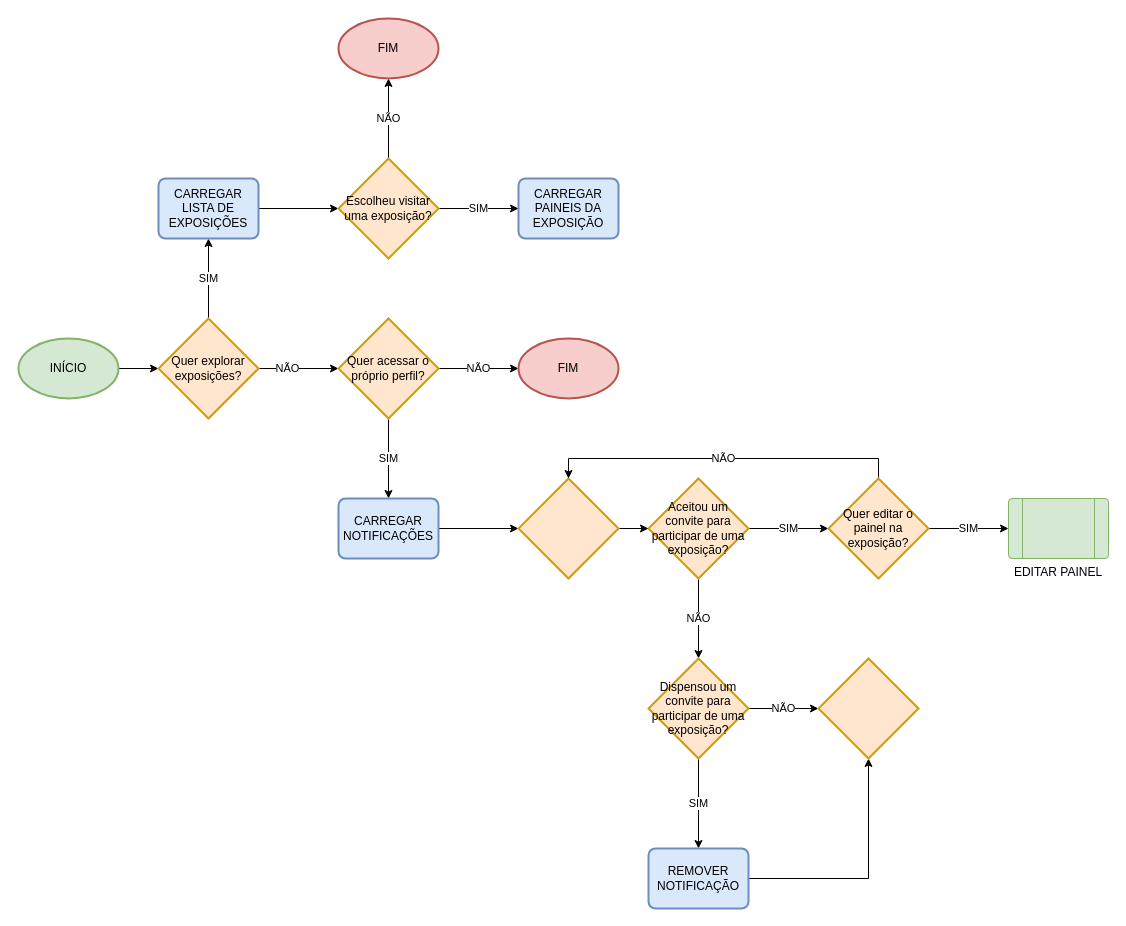
The draw.io diagram page "Fluxogramas" (4 of 6) of UnderExpo.drawio in GustavoDeOliveira/underexpo, before the edit. Source tidied: cells renumbered, new cells numbered last; positions are measured from the earlier drawing's top-left corner, leaving out a move shared by most shapes. Both pictures are drawn from the tidied source at 100%, with x=0, y=0 at pixel (18, 18).
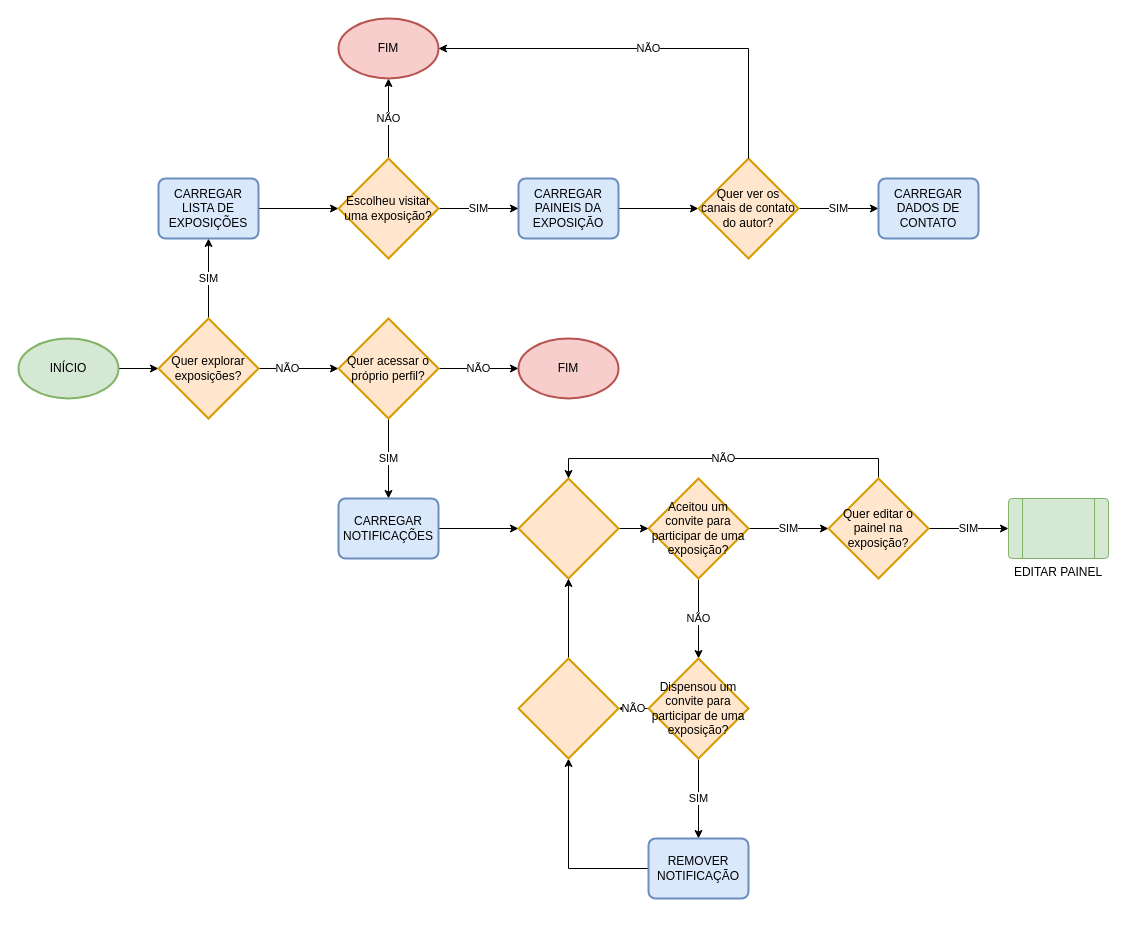
The same diagram, later.

Commit message:
Atualizando Fluxograma UnderExpo.drawio

Unchanged cells that the change refers to:
```xml
<mxCell id="10" value="CARREGAR PAINEIS DA EXPOSIÇÃO" style="rounded=1;whiteSpace=wrap;html=1;absoluteArcSize=1;arcSize=14;strokeWidth=2;fillColor=#dae8fc;strokeColor=#6c8ebf;" parent="1" vertex="1">
  <mxGeometry x="500" y="160" width="100" height="60" as="geometry" />
</mxCell>
<mxCell id="20" value="FIM" style="strokeWidth=2;html=1;shape=mxgraph.flowchart.start_1;whiteSpace=wrap;fillColor=#f8cecc;strokeColor=#b85450;" parent="1" vertex="1">
  <mxGeometry x="320" width="100" height="60" as="geometry" />
</mxCell>
<mxCell id="26" value="Dispensou um convite para participar de uma exposição?" style="strokeWidth=2;html=1;shape=mxgraph.flowchart.decision;whiteSpace=wrap;fillColor=#ffe6cc;strokeColor=#d79b00;" parent="1" vertex="1">
  <mxGeometry x="630" y="640" width="100" height="100" as="geometry" />
</mxCell>
<mxCell id="30" style="strokeWidth=2;html=1;shape=mxgraph.flowchart.decision;whiteSpace=wrap;fillColor=#ffe6cc;strokeColor=#d79b00;" parent="1" vertex="1">
  <mxGeometry x="500" y="460" width="100" height="100" as="geometry" />
</mxCell>
```

What changed in the source:
```diff
@@
+    <mxCell id="36" style="edgeStyle=orthogonalEdgeStyle;rounded=0;jettySize=auto;html=1;exitX=1;exitY=0.5;exitDx=0;exitDy=0;" parent="1" edge="1" source="10" target="39">
+      <mxGeometry relative="1" as="geometry" />
+    </mxCell>
@@
-    <mxCell id="25" value="NÃO" style="edgeStyle=orthogonalEdgeStyle;rounded=0;jettySize=auto;html=1;exitX=1;exitY=0.5;exitDx=0;exitDy=0;exitPerimeter=0;" parent="1" edge="1" source="26">
-      <mxGeometry relative="1" as="geometry">
-        <mxPoint x="800" y="690" as="targetPoint" />
-      </mxGeometry>
+    <mxCell id="25" value="NÃO" style="edgeStyle=orthogonalEdgeStyle;rounded=0;jettySize=auto;html=1;" parent="1" edge="1" source="26" target="34">
+      <mxGeometry x="-0.01" relative="1" as="geometry" />
     </mxCell>
@@
-    <mxCell id="27" style="edgeStyle=orthogonalEdgeStyle;rounded=0;jettySize=auto;html=1;exitX=1;exitY=0.5;exitDx=0;exitDy=0;entryX=0.5;entryY=1;entryDx=0;entryDy=0;entryPerimeter=0;" parent="1" edge="1" source="28" target="34">
+    <mxCell id="27" style="edgeStyle=orthogonalEdgeStyle;rounded=0;jettySize=auto;html=1;" parent="1" edge="1" source="28" target="34">
       <mxGeometry relative="1" as="geometry" />
     </mxCell>
     <mxCell id="28" value="REMOVER NOTIFICAÇÃO" style="rounded=1;whiteSpace=wrap;html=1;absoluteArcSize=1;arcSize=14;strokeWidth=2;fillColor=#dae8fc;strokeColor=#6c8ebf;" parent="1" vertex="1">
-      <mxGeometry x="630" y="830" width="100" height="60" as="geometry" />
+      <mxGeometry x="630" y="820" width="100" height="60" as="geometry" />
     </mxCell>
@@
+    <mxCell id="37" style="edgeStyle=orthogonalEdgeStyle;rounded=0;jettySize=auto;html=1;exitX=0.5;exitY=0;exitDx=0;exitDy=0;exitPerimeter=0;" parent="1" edge="1" source="34" target="30">
+      <mxGeometry relative="1" as="geometry" />
+    </mxCell>
     <mxCell id="34" style="strokeWidth=2;html=1;shape=mxgraph.flowchart.decision;whiteSpace=wrap;fillColor=#ffe6cc;strokeColor=#d79b00;" parent="1" vertex="1">
-      <mxGeometry x="800" y="640" width="100" height="100" as="geometry" />
+      <mxGeometry x="500" y="640" width="100" height="100" as="geometry" />
     </mxCell>
@@
+    <mxCell id="38" value="SIM" style="edgeStyle=orthogonalEdgeStyle;rounded=0;jettySize=auto;html=1;exitX=1;exitY=0.5;exitDx=0;exitDy=0;exitPerimeter=0;" parent="1" edge="1" source="39" target="40">
+      <mxGeometry relative="1" as="geometry" />
+    </mxCell>
+    <mxCell id="39" value="Quer ver os canais de contato do autor?" style="strokeWidth=2;html=1;shape=mxgraph.flowchart.decision;whiteSpace=wrap;fillColor=#ffe6cc;strokeColor=#d79b00;" parent="1" vertex="1">
+      <mxGeometry x="680" y="140" width="100" height="100" as="geometry" />
+    </mxCell>
+    <mxCell id="40" value="CARREGAR DADOS DE CONTATO" style="rounded=1;whiteSpace=wrap;html=1;absoluteArcSize=1;arcSize=14;strokeWidth=2;fillColor=#dae8fc;strokeColor=#6c8ebf;" parent="1" vertex="1">
+      <mxGeometry x="860" y="160" width="100" height="60" as="geometry" />
+    </mxCell>
+    <mxCell id="41" value="NÃO" style="edgeStyle=orthogonalEdgeStyle;rounded=0;jettySize=auto;html=1;exitX=0.5;exitY=0;exitDx=0;exitDy=0;exitPerimeter=0;entryX=1;entryY=0.5;entryDx=0;entryDy=0;entryPerimeter=0;" parent="1" edge="1" source="39" target="20">
+      <mxGeometry relative="1" as="geometry">
+        <Array as="points">
+          <mxPoint x="730" y="30" />
+        </Array>
+      </mxGeometry>
+    </mxCell>
```
